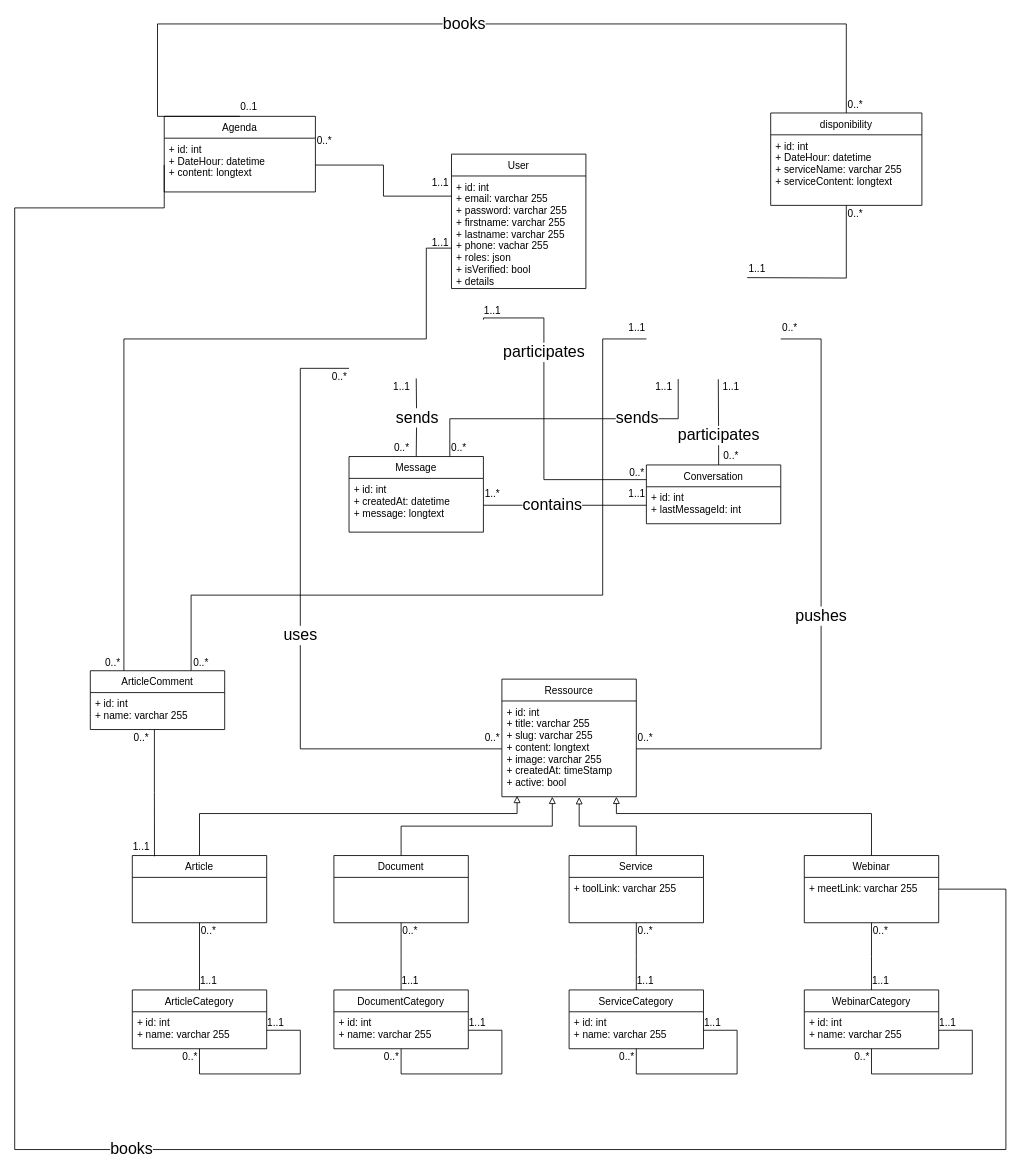
Earlier version of the draw.io diagram page "UML Class Diagram For Entities 2" (8 of 8) of docs/specs/ALMO_Diagrams.drawio (pptech-ds/Almo). Source tidied: cells renumbered, new cells numbered last; positions are measured from the earlier drawing's top-left corner, leaving out a move shared by most shapes. Both pictures are drawn from the tidied source at 84%, with x=0, y=0 at pixel (14, 24).
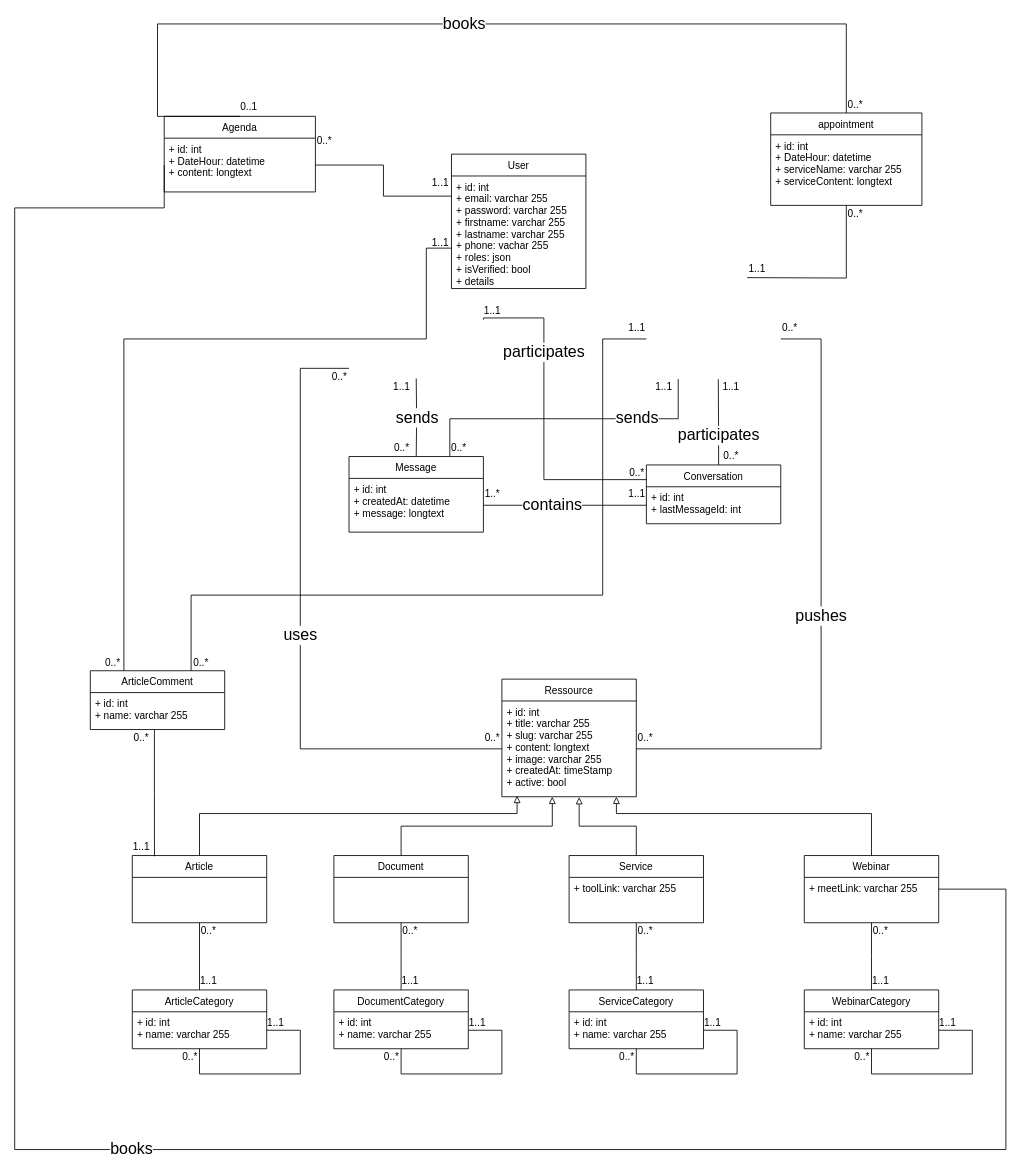
The same page after the edit.

The edit, as a diff of the source:
```diff
@@
-    <mxCell id="67" value="disponibility" style="swimlane;fontStyle=0;horizontal=1;startSize=26;fillColor=none;" parent="1" vertex="1">
+    <mxCell id="67" value="appointment" style="swimlane;fontStyle=0;horizontal=1;startSize=26;fillColor=none;" parent="1" vertex="1">
       <mxGeometry x="900" y="106" width="180" height="110" as="geometry" />
     </mxCell>
```
